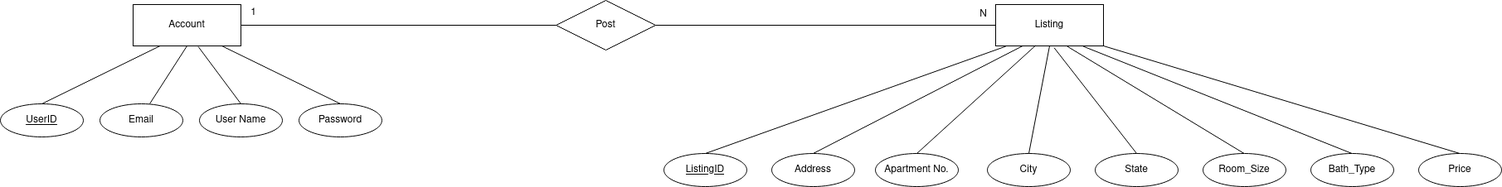
JackValladares/ApartmentApplication keeps this draw.io diagram as docs/database/database_ERD.png. Above is the earlier version. Source tidied: cells renumbered, new cells last; positions are measured from the earlier drawing's top-left corner, leaving out a move shared by most shapes. Source of this version:
```xml
<mxGraphModel>
  <root>
    <mxCell id="0" />
    <mxCell id="1" parent="0" />
    <mxCell id="2" value="&lt;div&gt;Account&lt;/div&gt;" style="whiteSpace=wrap;html=1;align=center;" parent="1" vertex="1">
      <mxGeometry x="160" y="5" width="130" height="50" as="geometry" />
    </mxCell>
    <mxCell id="3" value="&lt;div&gt;UserID&lt;/div&gt;" style="ellipse;whiteSpace=wrap;html=1;align=center;fontStyle=4;" parent="1" vertex="1">
      <mxGeometry y="125" width="100" height="40" as="geometry" />
    </mxCell>
    <mxCell id="4" style="endArrow=none;html=1;exitX=0.5;exitY=0;exitDx=0;exitDy=0;entryX=0.25;entryY=1;entryDx=0;entryDy=0;" parent="1" edge="1" source="3" target="2">
      <mxGeometry relative="1" as="geometry" />
    </mxCell>
    <mxCell id="5" value="&lt;div&gt;Email&lt;/div&gt;" style="ellipse;whiteSpace=wrap;html=1;align=center;" parent="1" vertex="1">
      <mxGeometry x="120" y="125" width="100" height="40" as="geometry" />
    </mxCell>
    <mxCell id="6" style="endArrow=none;html=1;entryX=0.5;entryY=1;entryDx=0;entryDy=0;" parent="1" edge="1" target="2">
      <mxGeometry relative="1" as="geometry">
        <mxPoint x="180" y="125" as="sourcePoint" />
      </mxGeometry>
    </mxCell>
    <mxCell id="7" value="&lt;div&gt;User Name&lt;/div&gt;" style="ellipse;whiteSpace=wrap;html=1;align=center;" parent="1" vertex="1">
      <mxGeometry x="240" y="125" width="100" height="40" as="geometry" />
    </mxCell>
    <mxCell id="8" value="&lt;div&gt;Password&lt;/div&gt;" style="ellipse;whiteSpace=wrap;html=1;align=center;" parent="1" vertex="1">
      <mxGeometry x="360" y="125" width="100" height="40" as="geometry" />
    </mxCell>
    <mxCell id="9" style="endArrow=none;html=1;entryX=0.5;entryY=0;entryDx=0;entryDy=0;exitX=0.605;exitY=1.02;exitDx=0;exitDy=0;exitPerimeter=0;" parent="1" edge="1" source="2" target="7">
      <mxGeometry relative="1" as="geometry" />
    </mxCell>
    <mxCell id="10" style="endArrow=none;html=1;exitX=0.5;exitY=0;exitDx=0;exitDy=0;entryX=0.823;entryY=1;entryDx=0;entryDy=0;entryPerimeter=0;" parent="1" edge="1" source="8" target="2">
      <mxGeometry relative="1" as="geometry" />
    </mxCell>
    <mxCell id="11" value="&lt;div&gt;Listing&lt;/div&gt;" style="whiteSpace=wrap;html=1;align=center;" parent="1" vertex="1">
      <mxGeometry x="1200" y="5" width="130" height="50" as="geometry" />
    </mxCell>
    <mxCell id="12" value="ListingID" style="ellipse;whiteSpace=wrap;html=1;align=center;fontStyle=4;" parent="1" vertex="1">
      <mxGeometry x="800" y="185" width="100" height="40" as="geometry" />
    </mxCell>
    <mxCell id="13" value="Address" style="ellipse;whiteSpace=wrap;html=1;align=center;" parent="1" vertex="1">
      <mxGeometry x="930" y="185" width="100" height="40" as="geometry" />
    </mxCell>
    <mxCell id="14" value="Apartment No." style="ellipse;whiteSpace=wrap;html=1;align=center;" parent="1" vertex="1">
      <mxGeometry x="1055" y="185" width="100" height="40" as="geometry" />
    </mxCell>
    <mxCell id="15" value="City" style="ellipse;whiteSpace=wrap;html=1;align=center;" parent="1" vertex="1">
      <mxGeometry x="1190" y="185" width="100" height="40" as="geometry" />
    </mxCell>
    <mxCell id="16" value="State" style="ellipse;whiteSpace=wrap;html=1;align=center;" parent="1" vertex="1">
      <mxGeometry x="1320" y="185" width="100" height="40" as="geometry" />
    </mxCell>
    <mxCell id="17" value="Room_Size" style="ellipse;whiteSpace=wrap;html=1;align=center;" parent="1" vertex="1">
      <mxGeometry x="1450" y="185" width="100" height="40" as="geometry" />
    </mxCell>
    <mxCell id="18" value="Bath_Type" style="ellipse;whiteSpace=wrap;html=1;align=center;" parent="1" vertex="1">
      <mxGeometry x="1580" y="185" width="100" height="40" as="geometry" />
    </mxCell>
    <mxCell id="19" value="Price" style="ellipse;whiteSpace=wrap;html=1;align=center;" parent="1" vertex="1">
      <mxGeometry x="1710" y="185" width="100" height="40" as="geometry" />
    </mxCell>
    <mxCell id="20" style="endArrow=none;html=1;exitX=0.5;exitY=0;exitDx=0;exitDy=0;entryX=0.094;entryY=1.01;entryDx=0;entryDy=0;entryPerimeter=0;" parent="1" edge="1" target="11">
      <mxGeometry relative="1" as="geometry">
        <mxPoint x="850" y="185" as="sourcePoint" />
      </mxGeometry>
    </mxCell>
    <mxCell id="21" style="endArrow=none;html=1;exitX=0.5;exitY=0;exitDx=0;exitDy=0;entryX=0.25;entryY=1;entryDx=0;entryDy=0;" parent="1" edge="1" source="13" target="11">
      <mxGeometry relative="1" as="geometry" />
    </mxCell>
    <mxCell id="22" style="endArrow=none;html=1;exitX=0.5;exitY=0;exitDx=0;exitDy=0;entryX=0.369;entryY=0.993;entryDx=0;entryDy=0;entryPerimeter=0;" parent="1" edge="1" source="14" target="11">
      <mxGeometry relative="1" as="geometry" />
    </mxCell>
    <mxCell id="23" style="endArrow=none;html=1;exitX=0.5;exitY=0;exitDx=0;exitDy=0;entryX=0.5;entryY=1;entryDx=0;entryDy=0;" parent="1" edge="1" target="11">
      <mxGeometry relative="1" as="geometry">
        <mxPoint x="1240" y="185" as="sourcePoint" />
      </mxGeometry>
    </mxCell>
    <mxCell id="24" style="endArrow=none;html=1;exitX=0.5;exitY=0;exitDx=0;exitDy=0;entryX=0.542;entryY=1.043;entryDx=0;entryDy=0;entryPerimeter=0;" parent="1" edge="1" source="16" target="11">
      <mxGeometry relative="1" as="geometry" />
    </mxCell>
    <mxCell id="25" style="endArrow=none;html=1;exitX=0.5;exitY=0;exitDx=0;exitDy=0;entryX=0.664;entryY=1.01;entryDx=0;entryDy=0;entryPerimeter=0;" parent="1" edge="1" target="11">
      <mxGeometry relative="1" as="geometry">
        <mxPoint x="1499.6" y="185" as="sourcePoint" />
      </mxGeometry>
    </mxCell>
    <mxCell id="26" style="endArrow=none;html=1;exitX=0.5;exitY=0;exitDx=0;exitDy=0;entryX=0.812;entryY=1.01;entryDx=0;entryDy=0;entryPerimeter=0;" parent="1" edge="1" target="11">
      <mxGeometry relative="1" as="geometry">
        <mxPoint x="1629.6" y="185" as="sourcePoint" />
      </mxGeometry>
    </mxCell>
    <mxCell id="27" style="endArrow=none;html=1;exitX=0.5;exitY=0;exitDx=0;exitDy=0;entryX=1;entryY=1;entryDx=0;entryDy=0;" parent="1" edge="1" target="11">
      <mxGeometry relative="1" as="geometry">
        <mxPoint x="1759.6" y="185" as="sourcePoint" />
      </mxGeometry>
    </mxCell>
    <mxCell id="28" value="Post" style="shape=rhombus;perimeter=rhombusPerimeter;whiteSpace=wrap;html=1;align=center;" parent="1" vertex="1">
      <mxGeometry x="670" width="120" height="60" as="geometry" />
    </mxCell>
    <mxCell id="29" style="endArrow=none;html=1;rounded=0;exitX=1;exitY=0.5;exitDx=0;exitDy=0;entryX=0;entryY=0.5;entryDx=0;entryDy=0;" parent="1" edge="1" source="28" target="11">
      <mxGeometry relative="1" as="geometry" />
    </mxCell>
    <mxCell id="30" value="N" style="html=1;align=right;verticalAlign=bottom;" parent="29" vertex="1">
      <mxGeometry x="1" relative="1" as="geometry">
        <mxPoint x="-11" y="-5" as="offset" />
      </mxGeometry>
    </mxCell>
    <mxCell id="31" style="endArrow=none;html=1;rounded=0;exitX=0;exitY=0.5;exitDx=0;exitDy=0;entryX=1;entryY=0.5;entryDx=0;entryDy=0;" parent="1" edge="1" source="28" target="2">
      <mxGeometry relative="1" as="geometry" />
    </mxCell>
    <mxCell id="32" value="1" style="text;html=1;align=center;verticalAlign=middle;fillColor=none;strokeColor=none;rounded=0;" parent="1" vertex="1">
      <mxGeometry x="295" y="5" width="20" height="20" as="geometry" />
    </mxCell>
  </root>
</mxGraphModel>
```
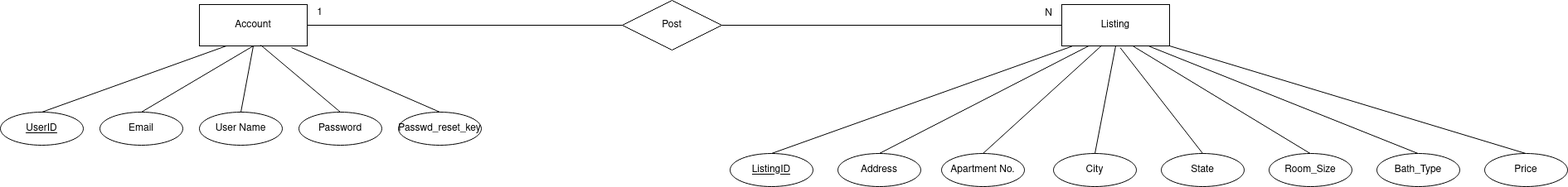
After the commit.

Commit message:
Updated documentation for Account table

Change to the diagram source:
```diff
@@ -6,29 +6,27 @@
       <mxGeometry x="160" y="5" width="130" height="50" as="geometry" />
     </mxCell>
     <mxCell id="3" value="&lt;div&gt;UserID&lt;/div&gt;" style="ellipse;whiteSpace=wrap;html=1;align=center;fontStyle=4;" parent="1" vertex="1">
-      <mxGeometry y="125" width="100" height="40" as="geometry" />
+      <mxGeometry x="-80" y="135" width="100" height="40" as="geometry" />
     </mxCell>
     <mxCell id="4" style="endArrow=none;html=1;exitX=0.5;exitY=0;exitDx=0;exitDy=0;entryX=0.25;entryY=1;entryDx=0;entryDy=0;" parent="1" edge="1" source="3" target="2">
       <mxGeometry relative="1" as="geometry" />
     </mxCell>
     <mxCell id="5" value="&lt;div&gt;Email&lt;/div&gt;" style="ellipse;whiteSpace=wrap;html=1;align=center;" parent="1" vertex="1">
-      <mxGeometry x="120" y="125" width="100" height="40" as="geometry" />
+      <mxGeometry x="40" y="135" width="100" height="40" as="geometry" />
     </mxCell>
-    <mxCell id="6" style="endArrow=none;html=1;entryX=0.5;entryY=1;entryDx=0;entryDy=0;" parent="1" edge="1" target="2">
-      <mxGeometry relative="1" as="geometry">
-        <mxPoint x="180" y="125" as="sourcePoint" />
-      </mxGeometry>
+    <mxCell id="6" style="endArrow=none;html=1;entryX=0.5;entryY=1;entryDx=0;entryDy=0;exitX=0.5;exitY=0;exitDx=0;exitDy=0;" parent="1" edge="1" source="5" target="2">
+      <mxGeometry relative="1" as="geometry" />
     </mxCell>
     <mxCell id="7" value="&lt;div&gt;User Name&lt;/div&gt;" style="ellipse;whiteSpace=wrap;html=1;align=center;" parent="1" vertex="1">
-      <mxGeometry x="240" y="125" width="100" height="40" as="geometry" />
+      <mxGeometry x="160" y="135" width="100" height="40" as="geometry" />
     </mxCell>
     <mxCell id="8" value="&lt;div&gt;Password&lt;/div&gt;" style="ellipse;whiteSpace=wrap;html=1;align=center;" parent="1" vertex="1">
-      <mxGeometry x="360" y="125" width="100" height="40" as="geometry" />
+      <mxGeometry x="280" y="135" width="100" height="40" as="geometry" />
     </mxCell>
-    <mxCell id="9" style="endArrow=none;html=1;entryX=0.5;entryY=0;entryDx=0;entryDy=0;exitX=0.605;exitY=1.02;exitDx=0;exitDy=0;exitPerimeter=0;" parent="1" edge="1" source="2" target="7">
+    <mxCell id="9" style="endArrow=none;html=1;entryX=0.5;entryY=0;entryDx=0;entryDy=0;exitX=0.5;exitY=1;exitDx=0;exitDy=0;" parent="1" edge="1" source="2" target="7">
       <mxGeometry relative="1" as="geometry" />
     </mxCell>
-    <mxCell id="10" style="endArrow=none;html=1;exitX=0.5;exitY=0;exitDx=0;exitDy=0;entryX=0.823;entryY=1;entryDx=0;entryDy=0;entryPerimeter=0;" parent="1" edge="1" source="8" target="2">
+    <mxCell id="10" style="endArrow=none;html=1;exitX=0.5;exitY=0;exitDx=0;exitDy=0;entryX=0.569;entryY=0.98;entryDx=0;entryDy=0;entryPerimeter=0;" parent="1" edge="1" source="8" target="2">
       <mxGeometry relative="1" as="geometry" />
     </mxCell>
     <mxCell id="11" value="&lt;div&gt;Listing&lt;/div&gt;" style="whiteSpace=wrap;html=1;align=center;" parent="1" vertex="1">
@@ -109,5 +107,11 @@
     <mxCell id="32" value="1" style="text;html=1;align=center;verticalAlign=middle;fillColor=none;strokeColor=none;rounded=0;" parent="1" vertex="1">
       <mxGeometry x="295" y="5" width="20" height="20" as="geometry" />
     </mxCell>
+    <mxCell id="33" style="endArrow=none;html=1;entryX=0.854;entryY=1.04;entryDx=0;entryDy=0;entryPerimeter=0;exitX=0.5;exitY=0;exitDx=0;exitDy=0;" parent="1" edge="1" source="34" target="2">
+      <mxGeometry relative="1" as="geometry" />
+    </mxCell>
+    <mxCell id="34" value="&lt;div&gt;Passwd_reset_key&lt;/div&gt;" style="ellipse;whiteSpace=wrap;html=1;align=center;" parent="1" vertex="1">
+      <mxGeometry x="400" y="135" width="100" height="40" as="geometry" />
+    </mxCell>
   </root>
 </mxGraphModel>
```
